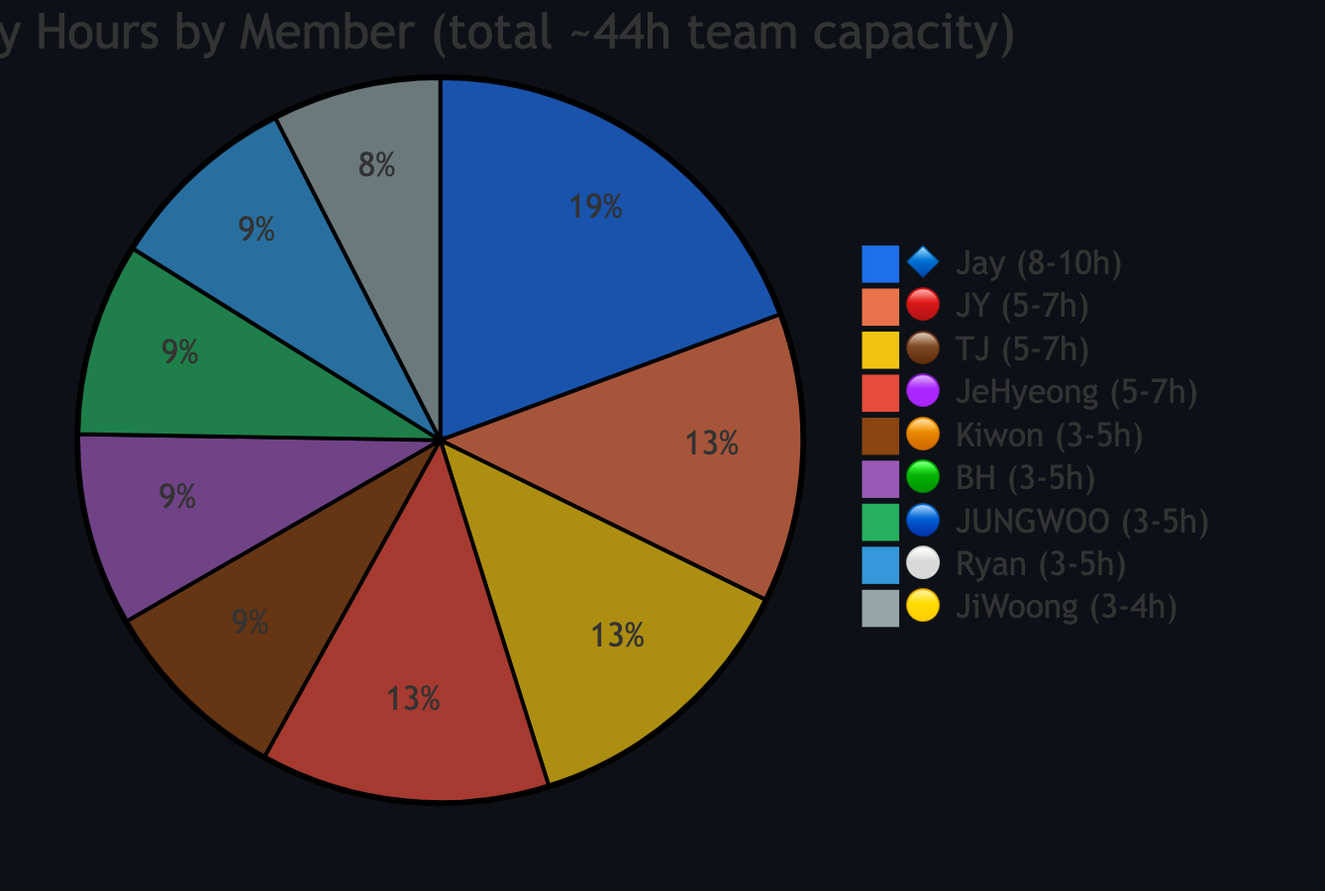
This is products/hypeproof-workflow-diagrams/d7-color.png from JeHyeong2/hypeprooflab, a Mermaid export, as it was before one commit. Its source is kept beside it as products/hypeproof-workflow-diagrams/d7-color.mmd. Source of this version:
```mermaid
%%{init: {'theme': 'base', 'themeVariables': {'pie1': '#1f6feb', 'pie2': '#e8734a', 'pie3': '#f1c40f', 'pie4': '#e74c3c', 'pie5': '#8b4513', 'pie6': '#9b59b6', 'pie7': '#27ae60', 'pie8': '#3498db', 'pie9': '#95a5a6'}}}%%
pie title Weekly Hours by Member (total ~44h team capacity)
    "🔷 Jay (8-10h)" : 9
    "🟠 Kiwon (3-5h)" : 4
    "🟡 JiWoong (3-4h)" : 3.5
    "🔴 JY (5-7h)" : 6
    "🟤 TJ (5-7h)" : 6
    "🟣 JeHyeong (5-7h)" : 6
    "🟢 BH (3-5h)" : 4
    "🔵 JUNGWOO (3-5h)" : 4
    "⚪ Ryan (3-5h)" : 4
```
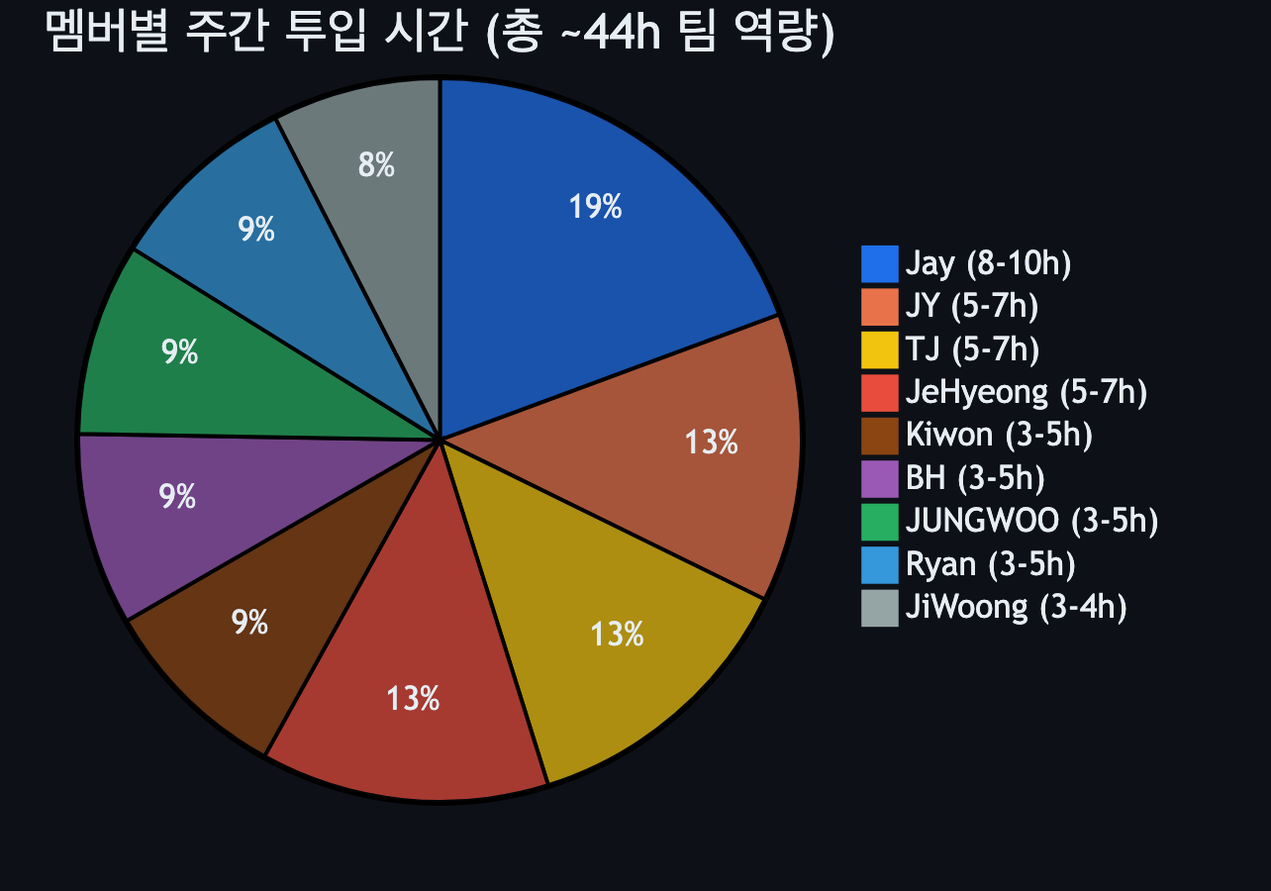
Later version of the same file.

The edit, as a diff of the source:
```diff
@@ -1,11 +1,11 @@
 %%{init: {'theme': 'base', 'themeVariables': {'pie1': '#1f6feb', 'pie2': '#e8734a', 'pie3': '#f1c40f', 'pie4': '#e74c3c', 'pie5': '#8b4513', 'pie6': '#9b59b6', 'pie7': '#27ae60', 'pie8': '#3498db', 'pie9': '#95a5a6'}}}%%
-pie title Weekly Hours by Member (total ~44h team capacity)
-    "🔷 Jay (8-10h)" : 9
-    "🟠 Kiwon (3-5h)" : 4
-    "🟡 JiWoong (3-4h)" : 3.5
-    "🔴 JY (5-7h)" : 6
-    "🟤 TJ (5-7h)" : 6
-    "🟣 JeHyeong (5-7h)" : 6
-    "🟢 BH (3-5h)" : 4
-    "🔵 JUNGWOO (3-5h)" : 4
-    "⚪ Ryan (3-5h)" : 4
+pie title 멤버별 주간 투입 시간 (총 ~44h 팀 역량)
+    "Jay (8-10h)" : 9
+    "Kiwon (3-5h)" : 4
+    "JiWoong (3-4h)" : 3.5
+    "JY (5-7h)" : 6
+    "TJ (5-7h)" : 6
+    "JeHyeong (5-7h)" : 6
+    "BH (3-5h)" : 4
+    "JUNGWOO (3-5h)" : 4
+    "Ryan (3-5h)" : 4
```
